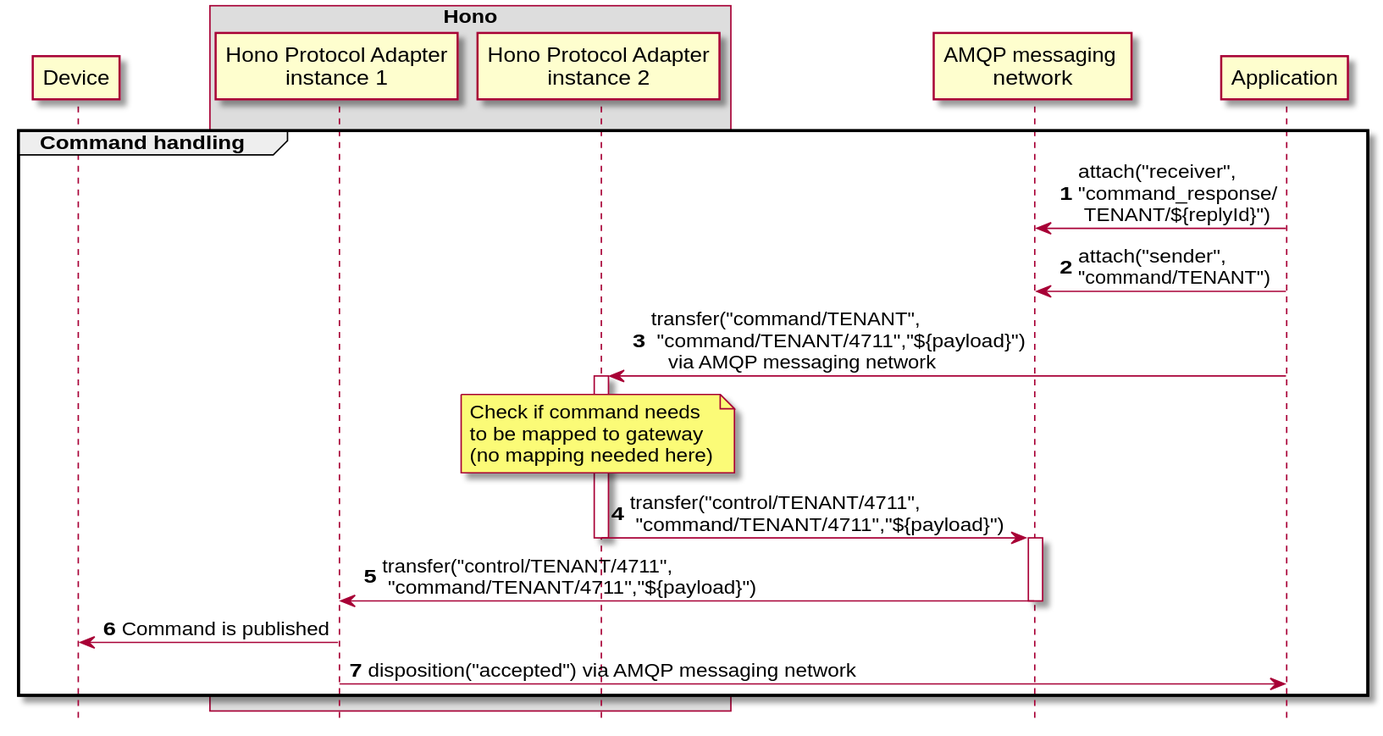
eclipse-hono/hono keeps this PlantUML diagram as site/documentation/content/concepts/command_control_concept_delegate_2.svg. Above is the earlier version. The source it was exported from:
```plantuml
@startuml
scale 1.2
hide footbox

participant Device order 10
box "Hono"
    participant "Hono Protocol Adapter\ninstance 1" order 30
    participant "Hono Protocol Adapter\ninstance 2" order 40
end box
participant "AMQP messaging \nnetwork" order 60
participant Application order 70

autonumber

group Command handling

    Application -> "AMQP messaging \nnetwork": attach("receiver", \n"command_response/\n TENANT/${replyId}")
    Application -> "AMQP messaging \nnetwork": attach("sender", \n"command/TENANT")

    Application -> "Hono Protocol Adapter\ninstance 2": transfer("command/TENANT",\n "command/TENANT/4711","${payload}")\n   via AMQP messaging network
    activate "Hono Protocol Adapter\ninstance 2"

    note over "Hono Protocol Adapter\ninstance 2"
    Check if command needs
    to be mapped to gateway
    (no mapping needed here)
    end note
    "Hono Protocol Adapter\ninstance 2" -> "AMQP messaging \nnetwork": transfer("control/TENANT/4711",\n "command/TENANT/4711","${payload}")
    deactivate "Hono Protocol Adapter\ninstance 2"
    activate "AMQP messaging \nnetwork"
    "AMQP messaging \nnetwork" -> "Hono Protocol Adapter\ninstance 1": transfer("control/TENANT/4711",\n "command/TENANT/4711","${payload}")
    deactivate "AMQP messaging \nnetwork"

    "Hono Protocol Adapter\ninstance 1" -> Device: Command is published
    "Hono Protocol Adapter\ninstance 1" -> Application: disposition("accepted")  via AMQP messaging network
end
@enduml
```
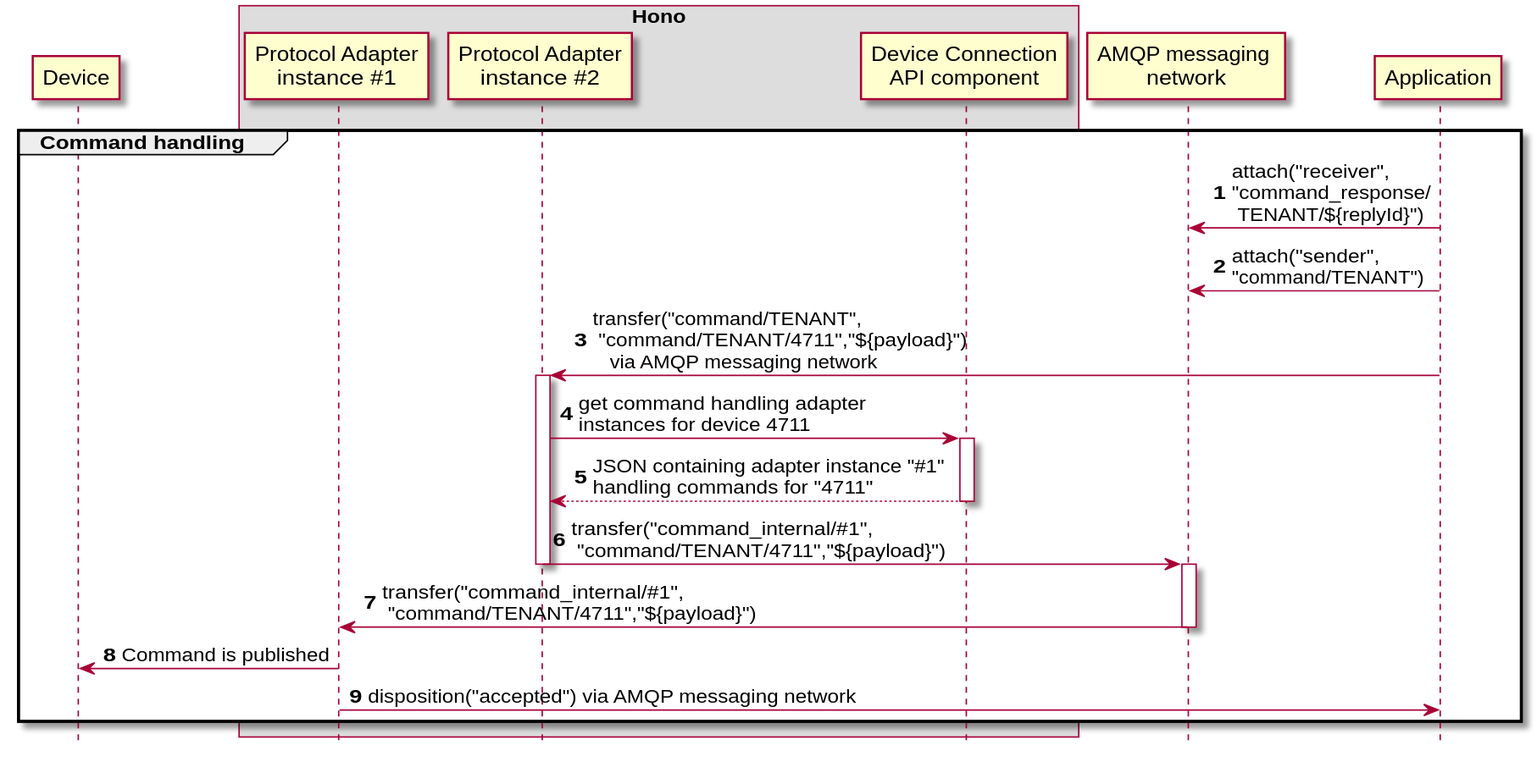
The same diagram one commit later.

Diff of the diagram source:
```diff
@@ -4,8 +4,9 @@
 
 participant Device order 10
 box "Hono"
-    participant "Hono Protocol Adapter\ninstance 1" order 30
-    participant "Hono Protocol Adapter\ninstance 2" order 40
+    participant "Protocol Adapter\ninstance #1" order 30
+    participant "Protocol Adapter\ninstance #2" order 40
+    participant "Device Connection\nAPI component" order 50
 end box
 participant "AMQP messaging \nnetwork" order 60
 participant Application order 70
@@ -17,21 +18,20 @@
     Application -> "AMQP messaging \nnetwork": attach("receiver", \n"command_response/\n TENANT/${replyId}")
     Application -> "AMQP messaging \nnetwork": attach("sender", \n"command/TENANT")
 
-    Application -> "Hono Protocol Adapter\ninstance 2": transfer("command/TENANT",\n "command/TENANT/4711","${payload}")\n   via AMQP messaging network
-    activate "Hono Protocol Adapter\ninstance 2"
+    Application -> "Protocol Adapter\ninstance #2": transfer("command/TENANT",\n "command/TENANT/4711","${payload}")\n   via AMQP messaging network
+    activate "Protocol Adapter\ninstance #2"
 
-    note over "Hono Protocol Adapter\ninstance 2"
-    Check if command needs
-    to be mapped to gateway
-    (no mapping needed here)
-    end note
-    "Hono Protocol Adapter\ninstance 2" -> "AMQP messaging \nnetwork": transfer("control/TENANT/4711",\n "command/TENANT/4711","${payload}")
-    deactivate "Hono Protocol Adapter\ninstance 2"
+    "Protocol Adapter\ninstance #2" -> "Device Connection\nAPI component": get command handling adapter \ninstances for device 4711
+    activate "Device Connection\nAPI component"
+    return JSON containing adapter instance "#1" \nhandling commands for "4711"
+
+    "Protocol Adapter\ninstance #2" -> "AMQP messaging \nnetwork": transfer("command_internal/#1",\n "command/TENANT/4711","${payload}")
+    deactivate "Protocol Adapter\ninstance #2"
     activate "AMQP messaging \nnetwork"
-    "AMQP messaging \nnetwork" -> "Hono Protocol Adapter\ninstance 1": transfer("control/TENANT/4711",\n "command/TENANT/4711","${payload}")
+    "AMQP messaging \nnetwork" -> "Protocol Adapter\ninstance #1": transfer("command_internal/#1",\n "command/TENANT/4711","${payload}")
     deactivate "AMQP messaging \nnetwork"
 
-    "Hono Protocol Adapter\ninstance 1" -> Device: Command is published
-    "Hono Protocol Adapter\ninstance 1" -> Application: disposition("accepted")  via AMQP messaging network
+    "Protocol Adapter\ninstance #1" -> Device: Command is published
+    "Protocol Adapter\ninstance #1" -> Application: disposition("accepted")  via AMQP messaging network
 end
 @enduml
```
